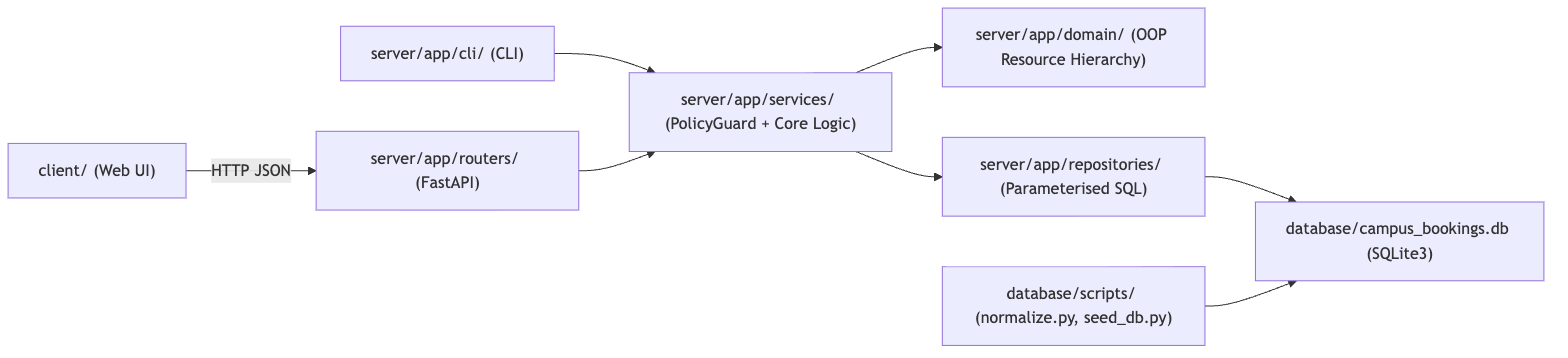
This is docs/design/diagrams/dependency_flow.png from huutrungle2001/WM9QF_AI_Programming_A1, a Mermaid export, as it was before one commit. Its source is kept beside it as docs/design/diagrams/dependency_flow.mmd. The source it was exported from:
```mermaid
flowchart LR
    Client["client/ (Web UI)"] -->|HTTP JSON| Routers["server/app/routers/ (FastAPI)"]
    CLI["server/app/cli/ (CLI)"] --> Services
    Routers --> Services["server/app/services/ (PolicyGuard + Core Logic)"]
    Services --> Domain["server/app/domain/ (OOP Resource Hierarchy)"]
    Services --> Repos["server/app/repositories/ (Parameterised SQL)"]
    Repos --> DB["database/campus_bookings.db (SQLite3)"]
    ETL["database/scripts/ (normalize.py, seed_db.py)"] --> DB
```
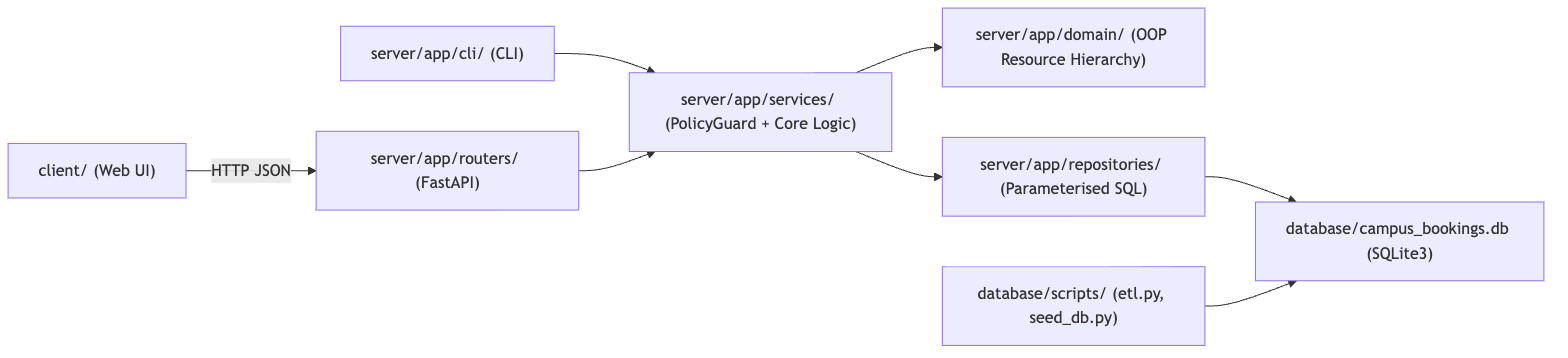
Above is the later version.

Change to the diagram source:
```diff
@@ -5,4 +5,4 @@
     Services --> Domain["server/app/domain/ (OOP Resource Hierarchy)"]
     Services --> Repos["server/app/repositories/ (Parameterised SQL)"]
     Repos --> DB["database/campus_bookings.db (SQLite3)"]
-    ETL["database/scripts/ (normalize.py, seed_db.py)"] --> DB
+    ETL["database/scripts/ (etl.py, seed_db.py)"] --> DB
```
